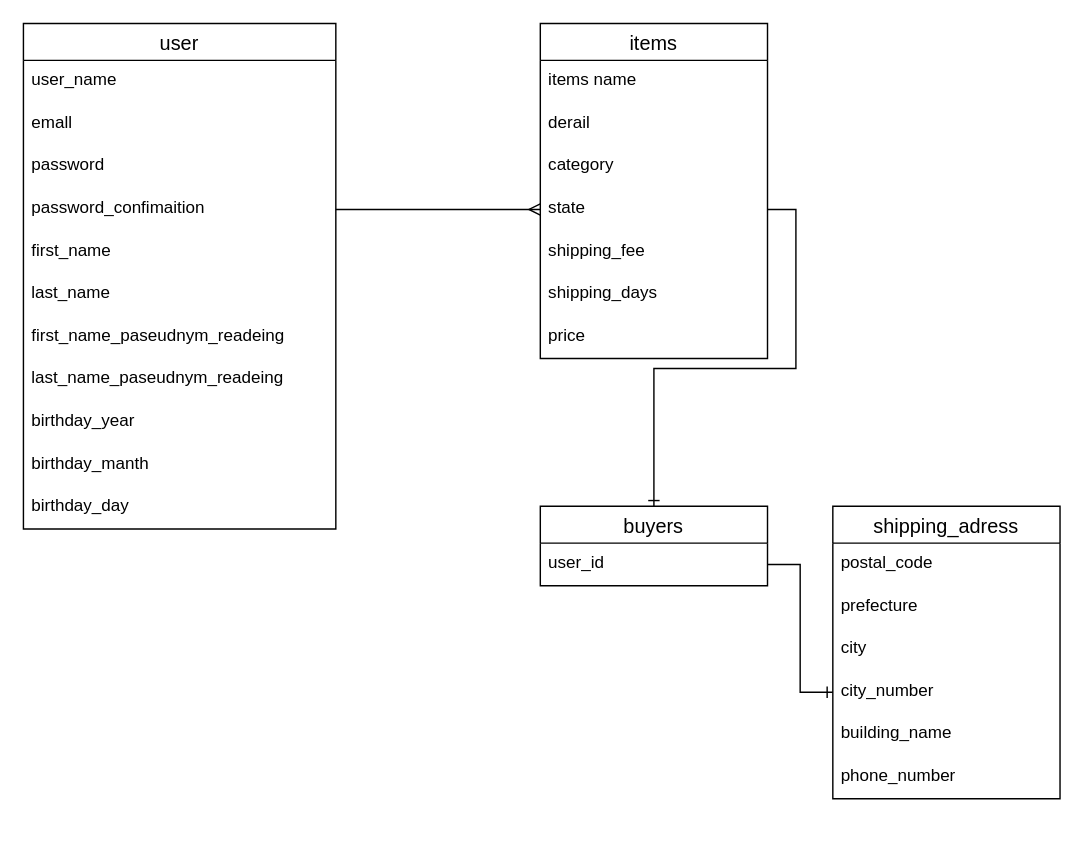
Above: table.dio in tanachu0117/furima-29641 (draw.io), before the change. Source tidied: cells renumbered, new cells numbered last; positions are measured from the earlier drawing's top-left corner, leaving out a move shared by most shapes. Both pictures are drawn from the tidied source at 142%, with x=0, y=0 at pixel (23, 23).
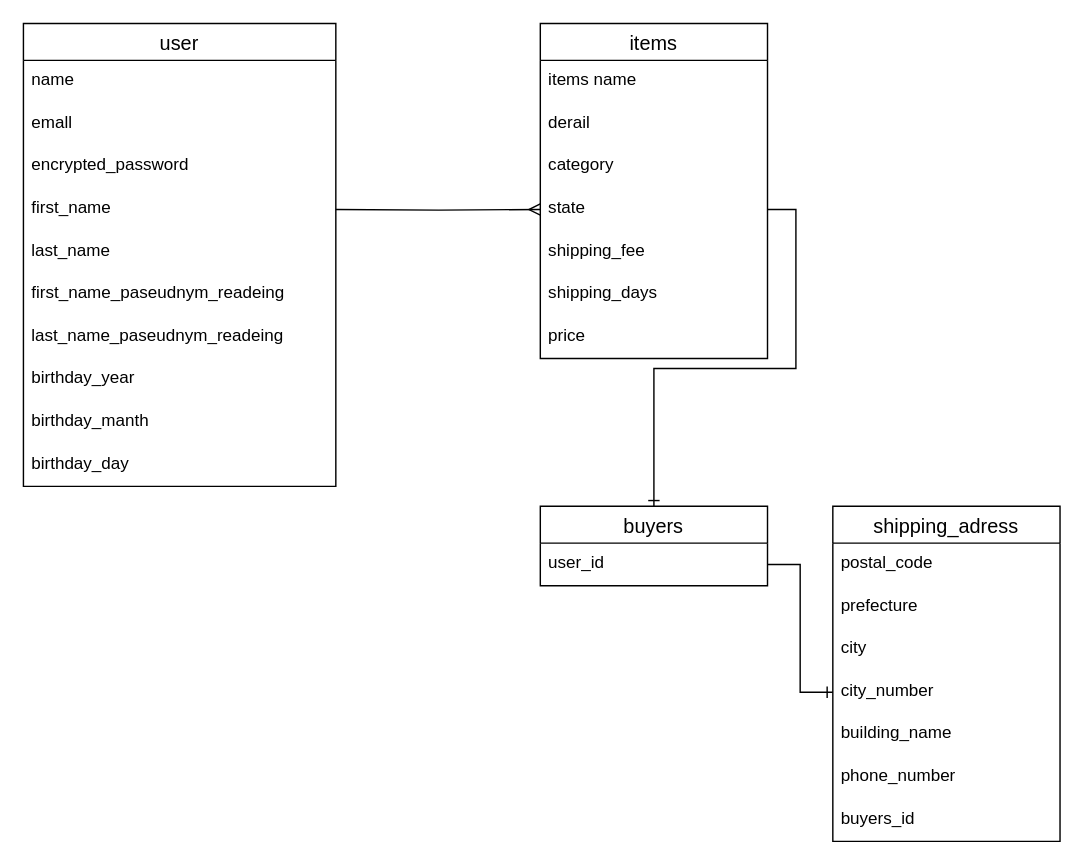
After the change.

Commit message (it also covers changes not shown here):
テーブル設計修正①

Unchanged cells that the change refers to:
```xml
<mxCell id="18" value="state" style="text;strokeColor=none;fillColor=none;spacingLeft=4;spacingRight=4;overflow=hidden;points=[[0,0.5],[1,0.5]];portConstraint=eastwest;fontSize=12;" parent="14" vertex="1">
  <mxGeometry y="116" width="160" height="30" as="geometry" />
</mxCell>
```

What changed in the source:
```diff
@@
     <mxCell id="2" value="user" style="swimlane;fontStyle=0;horizontal=1;startSize=26;align=center;fontSize=14;" parent="1" vertex="1">
-      <mxGeometry width="220" height="356" as="geometry" />
+      <mxGeometry width="220" height="326" as="geometry" />
     </mxCell>
-    <mxCell id="3" value="user_name" style="text;strokeColor=none;fillColor=none;spacingLeft=4;spacingRight=4;overflow=hidden;fontSize=12;" parent="2" vertex="1">
+    <mxCell id="3" value="name" style="text;strokeColor=none;fillColor=none;spacingLeft=4;spacingRight=4;overflow=hidden;fontSize=12;" parent="2" vertex="1">
       <mxGeometry y="26" width="220" height="30" as="geometry" />
     </mxCell>
@@
-    <mxCell id="5" value="password" style="text;strokeColor=none;fillColor=none;spacingLeft=4;spacingRight=4;overflow=hidden;fontSize=12;" parent="2" vertex="1">
+    <mxCell id="5" value="encrypted_password" style="text;strokeColor=none;fillColor=none;spacingLeft=4;spacingRight=4;overflow=hidden;fontSize=12;" parent="2" vertex="1">
       <mxGeometry y="86" width="220" height="30" as="geometry" />
     </mxCell>
-    <mxCell id="6" value="password_confimaition" style="text;strokeColor=none;fillColor=none;spacingLeft=4;spacingRight=4;overflow=hidden;points=[[0,0.5],[1,0.5]];portConstraint=eastwest;fontSize=12;" parent="2" vertex="1">
-      <mxGeometry y="116" width="220" height="30" as="geometry" />
-    </mxCell>
     <mxCell id="7" value="first_name" style="text;strokeColor=none;fillColor=none;spacingLeft=4;spacingRight=4;overflow=hidden;fontSize=12;" parent="2" vertex="1">
-      <mxGeometry y="146" width="220" height="30" as="geometry" />
+      <mxGeometry y="116" width="220" height="30" as="geometry" />
     </mxCell>
     <mxCell id="8" value="last_name" style="text;strokeColor=none;fillColor=none;spacingLeft=4;spacingRight=4;overflow=hidden;fontSize=12;" parent="2" vertex="1">
-      <mxGeometry y="176" width="220" height="30" as="geometry" />
+      <mxGeometry y="146" width="220" height="30" as="geometry" />
     </mxCell>
     <mxCell id="9" value="first_name_paseudnym_readeing" style="text;strokeColor=none;fillColor=none;spacingLeft=4;spacingRight=4;overflow=hidden;fontSize=12;" parent="2" vertex="1">
-      <mxGeometry y="206" width="220" height="30" as="geometry" />
+      <mxGeometry y="176" width="220" height="30" as="geometry" />
     </mxCell>
     <mxCell id="10" value="last_name_paseudnym_readeing" style="text;strokeColor=none;fillColor=none;spacingLeft=4;spacingRight=4;overflow=hidden;fontSize=12;" parent="2" vertex="1">
-      <mxGeometry y="236" width="220" height="30" as="geometry" />
+      <mxGeometry y="206" width="220" height="30" as="geometry" />
     </mxCell>
     <mxCell id="11" value="birthday_year" style="text;strokeColor=none;fillColor=none;spacingLeft=4;spacingRight=4;overflow=hidden;fontSize=12;" parent="2" vertex="1">
-      <mxGeometry y="266" width="220" height="30" as="geometry" />
+      <mxGeometry y="236" width="220" height="30" as="geometry" />
     </mxCell>
     <mxCell id="12" value="birthday_manth" style="text;strokeColor=none;fillColor=none;spacingLeft=4;spacingRight=4;overflow=hidden;fontSize=12;" parent="2" vertex="1">
-      <mxGeometry y="296" width="220" height="30" as="geometry" />
+      <mxGeometry y="266" width="220" height="30" as="geometry" />
     </mxCell>
     <mxCell id="13" value="birthday_day" style="text;strokeColor=none;fillColor=none;spacingLeft=4;spacingRight=4;overflow=hidden;fontSize=12;" parent="2" vertex="1">
-      <mxGeometry y="326" width="220" height="30" as="geometry" />
+      <mxGeometry y="296" width="220" height="30" as="geometry" />
     </mxCell>
@@
     <mxCell id="24" value="shipping_adress" style="swimlane;fontStyle=0;horizontal=1;startSize=26;align=center;fontSize=14;" parent="1" vertex="1">
-      <mxGeometry x="570" y="340" width="160" height="206" as="geometry" />
+      <mxGeometry x="570" y="340" width="160" height="236" as="geometry" />
     </mxCell>
@@
+    <mxCell id="34" value="buyers_id" style="text;strokeColor=none;fillColor=none;spacingLeft=4;spacingRight=4;overflow=hidden;fontSize=12;" parent="24" vertex="1">
+      <mxGeometry y="206" width="160" height="30" as="geometry" />
+    </mxCell>
-    <mxCell id="31" style="edgeStyle=orthogonalEdgeStyle;rounded=0;jettySize=auto;html=1;exitX=1;exitY=0.5;exitDx=0;exitDy=0;entryX=0;entryY=0.5;entryDx=0;entryDy=0;startSize=26;fontSize=14;endArrow=ERmany;endFill=0;" parent="1" edge="1" source="6" target="18">
-      <mxGeometry relative="1" as="geometry" />
+    <mxCell id="31" style="edgeStyle=orthogonalEdgeStyle;rounded=0;jettySize=auto;html=1;exitX=1;exitY=0.5;exitDx=0;exitDy=0;entryX=0;entryY=0.5;entryDx=0;entryDy=0;startSize=26;fontSize=14;endArrow=ERmany;endFill=0;" parent="1" edge="1" target="18">
+      <mxGeometry relative="1" as="geometry">
+        <mxPoint x="220" y="131" as="sourcePoint" />
+      </mxGeometry>
     </mxCell>
```
